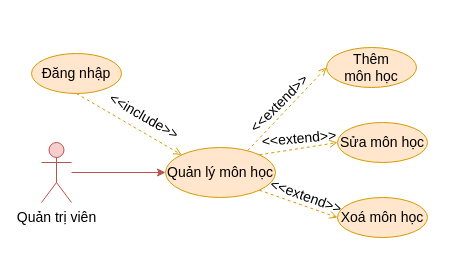
Earlier version of the draw.io diagram Documents/draw/usecase/phan-ra/quan-ly-mon-hoc.drawio (copecute/do-an-tot-nghiep). Source tidied: cells renumbered, new cells numbered last; positions are measured from the earlier drawing's top-left corner, leaving out a move shared by most shapes. Both pictures are drawn from the tidied source at 100%, with x=0, y=0 at pixel (31, 47).
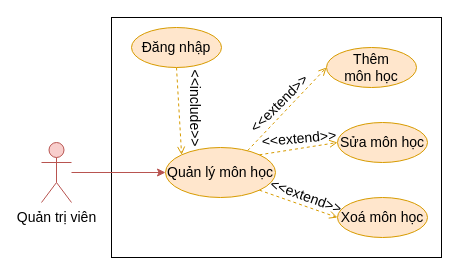
The same diagram, later.

What changed in the source:
```diff
@@
 <mxGraphModel>
   <root>
     <mxCell id="0" />
     <mxCell id="1" parent="0" />
+    <mxCell id="17" style="rounded=0;whiteSpace=wrap;html=1;" parent="1" vertex="1">
+      <mxGeometry x="80" y="-30" width="330" height="240" as="geometry" />
+    </mxCell>
     <mxCell id="2" value="Quản lý môn học" style="ellipse;whiteSpace=wrap;html=1;fillColor=#ffe6cc;strokeColor=#d79b00;fontSize=14;" parent="1" vertex="1">
       <mxGeometry x="134" y="100" width="110" height="50" as="geometry" />
     </mxCell>
     <mxCell id="3" style="rounded=0;jettySize=auto;html=1;entryX=0;entryY=0.5;entryDx=0;entryDy=0;fillColor=#ffe6cc;strokeColor=#d79b00;exitX=0.747;exitY=0.061;exitDx=0;exitDy=0;exitPerimeter=0;dashed=1;fontSize=14;endArrow=open;endFill=0;" parent="1" edge="1" source="2" target="6">
       <mxGeometry relative="1" as="geometry" />
     </mxCell>
     <mxCell id="4" style="rounded=0;jettySize=auto;html=1;entryX=0;entryY=0.5;entryDx=0;entryDy=0;fillColor=#ffe6cc;strokeColor=#d79b00;exitX=1;exitY=0;exitDx=0;exitDy=0;dashed=1;fontSize=14;endArrow=open;endFill=0;" parent="1" edge="1" source="2" target="7">
       <mxGeometry relative="1" as="geometry" />
     </mxCell>
     <mxCell id="5" style="rounded=0;jettySize=auto;html=1;exitX=1;exitY=1;exitDx=0;exitDy=0;entryX=0;entryY=0.5;entryDx=0;entryDy=0;fillColor=#ffe6cc;strokeColor=#d79b00;dashed=1;fontSize=14;endArrow=open;endFill=0;" parent="1" edge="1" source="2" target="8">
       <mxGeometry relative="1" as="geometry" />
     </mxCell>
     <mxCell id="6" value="Thêm&lt;br&gt;môn học" style="ellipse;whiteSpace=wrap;html=1;fillColor=#ffe6cc;strokeColor=#d79b00;fontSize=14;" parent="1" vertex="1">
       <mxGeometry x="295" width="90" height="40" as="geometry" />
     </mxCell>
     <mxCell id="7" value="Sửa môn học" style="ellipse;whiteSpace=wrap;html=1;fillColor=#ffe6cc;strokeColor=#d79b00;fontSize=14;" parent="1" vertex="1">
       <mxGeometry x="306" y="75" width="90" height="40" as="geometry" />
     </mxCell>
     <mxCell id="8" value="Xoá môn học" style="ellipse;whiteSpace=wrap;html=1;fillColor=#ffe6cc;strokeColor=#d79b00;fontSize=14;" parent="1" vertex="1">
       <mxGeometry x="306" y="150" width="90" height="40" as="geometry" />
     </mxCell>
     <mxCell id="9" value="&lt;font style=&quot;font-size: 14px;&quot;&gt;&amp;lt;&amp;lt;extend&amp;gt;&amp;gt;&lt;/font&gt;" style="text;html=1;strokeColor=none;fillColor=none;align=center;verticalAlign=middle;whiteSpace=wrap;rounded=0;rotation=-45;fontSize=14;" parent="1" vertex="1">
       <mxGeometry x="218" y="41" width="60" height="30" as="geometry" />
     </mxCell>
     <mxCell id="10" value="&lt;font style=&quot;font-size: 14px;&quot;&gt;&amp;lt;&amp;lt;extend&amp;gt;&amp;gt;&lt;/font&gt;" style="text;html=1;strokeColor=none;fillColor=none;align=center;verticalAlign=middle;whiteSpace=wrap;rounded=0;rotation=-5;fontSize=14;" parent="1" vertex="1">
       <mxGeometry x="238" y="76" width="60" height="30" as="geometry" />
     </mxCell>
     <mxCell id="11" value="&lt;font style=&quot;font-size: 14px;&quot;&gt;&amp;lt;&amp;lt;extend&amp;gt;&amp;gt;&lt;/font&gt;" style="text;html=1;strokeColor=none;fillColor=none;align=center;verticalAlign=middle;whiteSpace=wrap;rounded=0;rotation=20;fontSize=14;" parent="1" vertex="1">
       <mxGeometry x="245" y="134" width="60" height="30" as="geometry" />
     </mxCell>
     <mxCell id="12" style="rounded=0;jettySize=auto;html=1;entryX=0;entryY=0.5;entryDx=0;entryDy=0;fillColor=#f8cecc;strokeColor=#b85450;fontSize=14;" parent="1" edge="1" source="13">
       <mxGeometry relative="1" as="geometry">
         <mxPoint x="134" y="125" as="targetPoint" />
       </mxGeometry>
     </mxCell>
     <mxCell id="13" value="Quản trị viên" style="shape=umlActor;verticalLabelPosition=bottom;verticalAlign=top;html=1;outlineConnect=0;fillColor=#f8cecc;strokeColor=#b85450;fontSize=14;" parent="1" vertex="1">
       <mxGeometry x="10" y="95" width="30" height="60" as="geometry" />
     </mxCell>
     <mxCell id="14" style="rounded=0;jettySize=auto;html=1;entryX=0;entryY=0;entryDx=0;entryDy=0;fillColor=#ffe6cc;strokeColor=#d79b00;endArrow=open;endFill=0;dashed=1;exitX=0.5;exitY=1;exitDx=0;exitDy=0;" parent="1" edge="1" source="15" target="2">
       <mxGeometry relative="1" as="geometry" />
     </mxCell>
     <mxCell id="15" value="Đăng nhập" style="ellipse;whiteSpace=wrap;html=1;fillColor=#ffe6cc;strokeColor=#d79b00;fontSize=14;" parent="1" vertex="1">
-      <mxGeometry y="6" width="90" height="40" as="geometry" />
+      <mxGeometry x="100" y="-20" width="90" height="40" as="geometry" />
     </mxCell>
-    <mxCell id="16" value="&lt;font&gt;&amp;lt;&amp;lt;include&amp;gt;&amp;gt;&lt;/font&gt;" style="text;html=1;strokeColor=none;fillColor=none;align=center;verticalAlign=middle;whiteSpace=wrap;rounded=0;rotation=30;fontSize=14;" parent="1" vertex="1">
-      <mxGeometry x="83" y="54" width="60" height="30" as="geometry" />
+    <mxCell id="16" value="&lt;font&gt;&amp;lt;&amp;lt;include&amp;gt;&amp;gt;&lt;/font&gt;" style="text;html=1;strokeColor=none;fillColor=none;align=center;verticalAlign=middle;whiteSpace=wrap;rounded=0;rotation=90;fontSize=14;" parent="1" vertex="1">
+      <mxGeometry x="134" y="46" width="60" height="30" as="geometry" />
     </mxCell>
   </root>
 </mxGraphModel>
```
